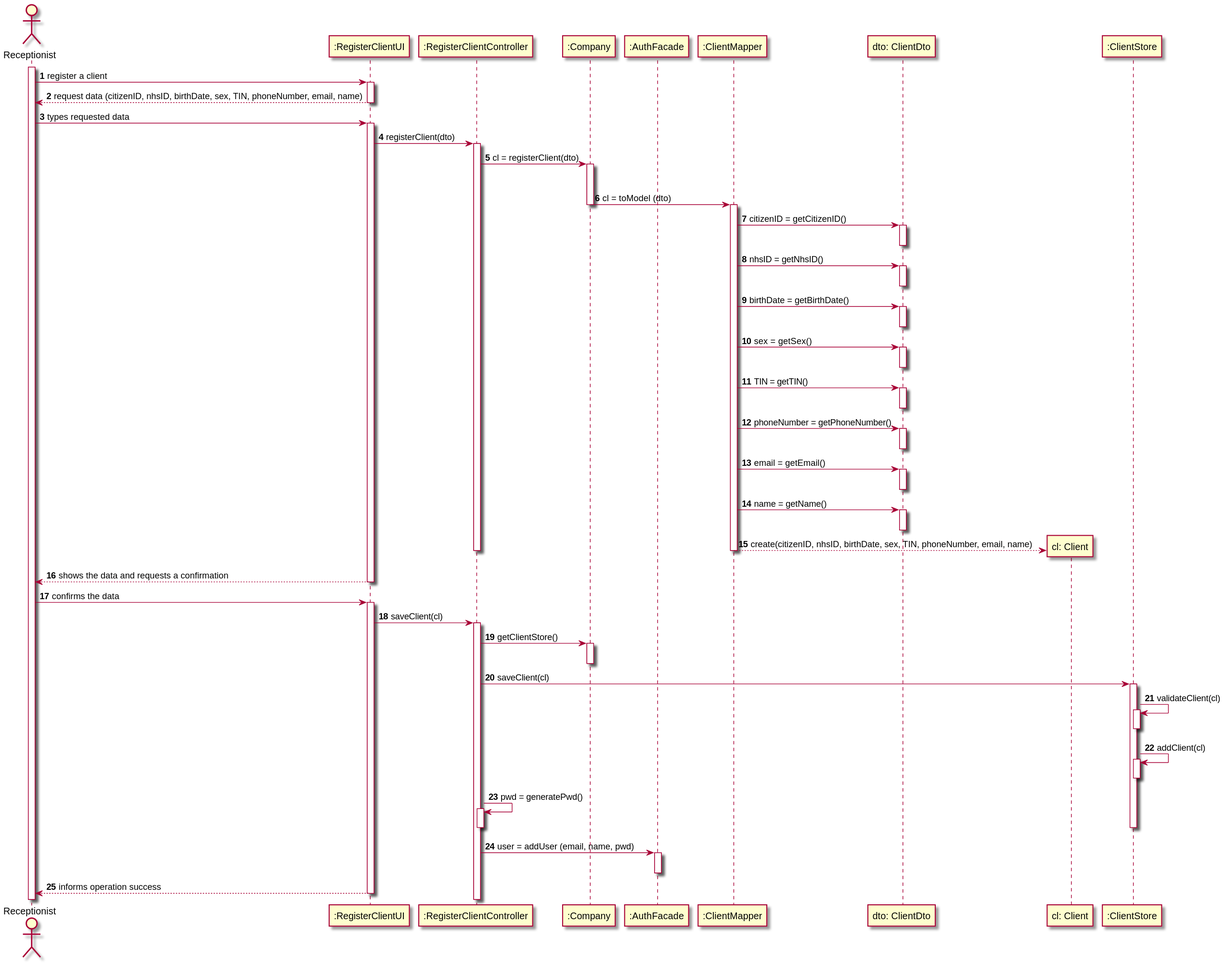
0franciscor/lei-21-s2-1de-g19 keeps this PlantUML diagram as docs/SprintB/US03/US03-SD.svg. Above is the earlier version.
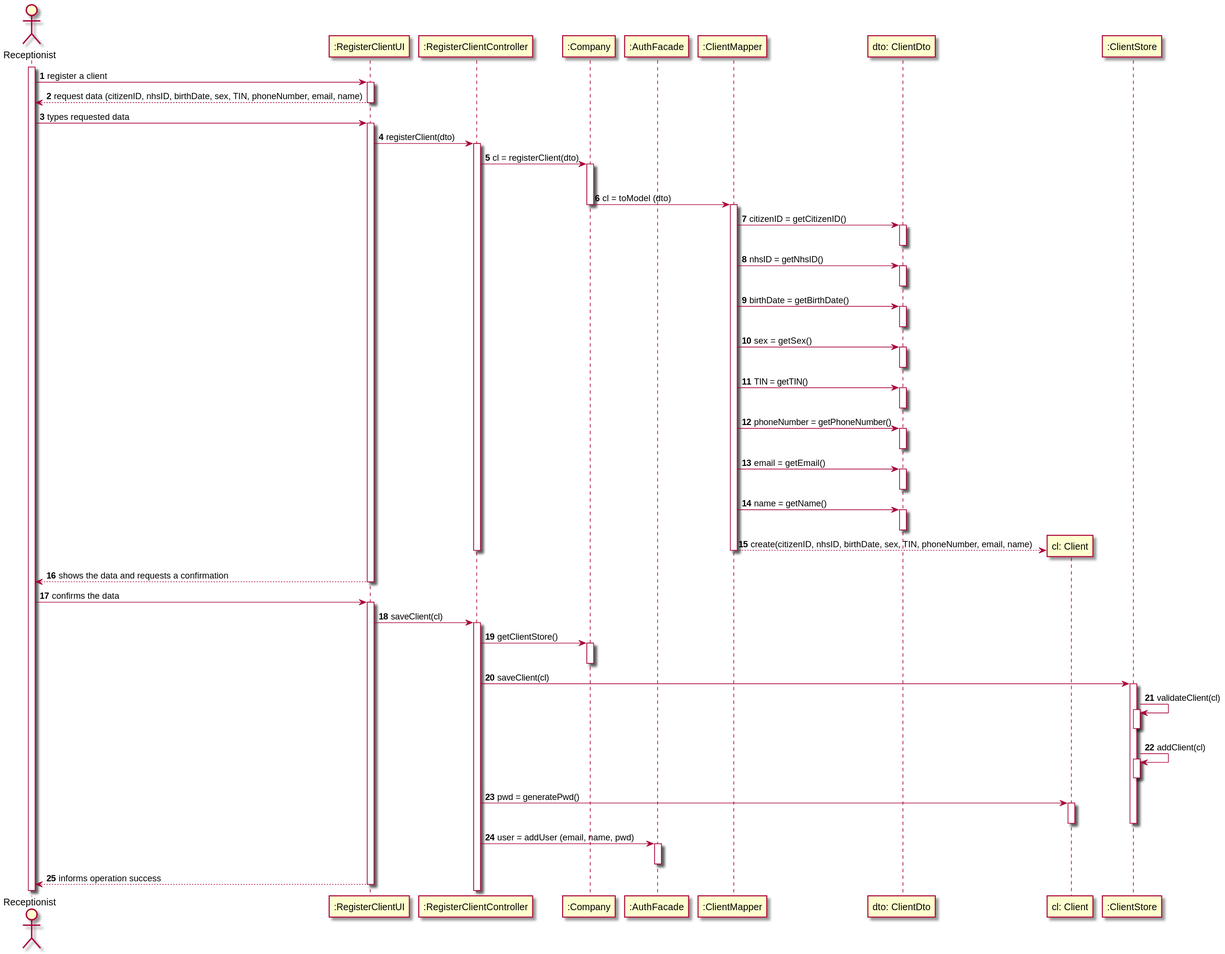
The same file after the commit.

Change to the diagram source:
```diff
@@ -69,9 +69,9 @@
 ":ClientStore" -> ":ClientStore": addClient(cl)
 activate ":ClientStore"
 deactivate ":ClientStore"
-":RegisterClientController" -> ":RegisterClientController": pwd = generatePwd()
-activate ":RegisterClientController"
-deactivate ":RegisterClientController"
+":RegisterClientController" -> "cl: Client": pwd = generatePwd()
+activate "cl: Client"
+deactivate "cl: Client"
 deactivate ":ClientStore"
 ":RegisterClientController" -> ":AuthFacade" : user = addUser (email, name, pwd)
 activate ":AuthFacade"
```
